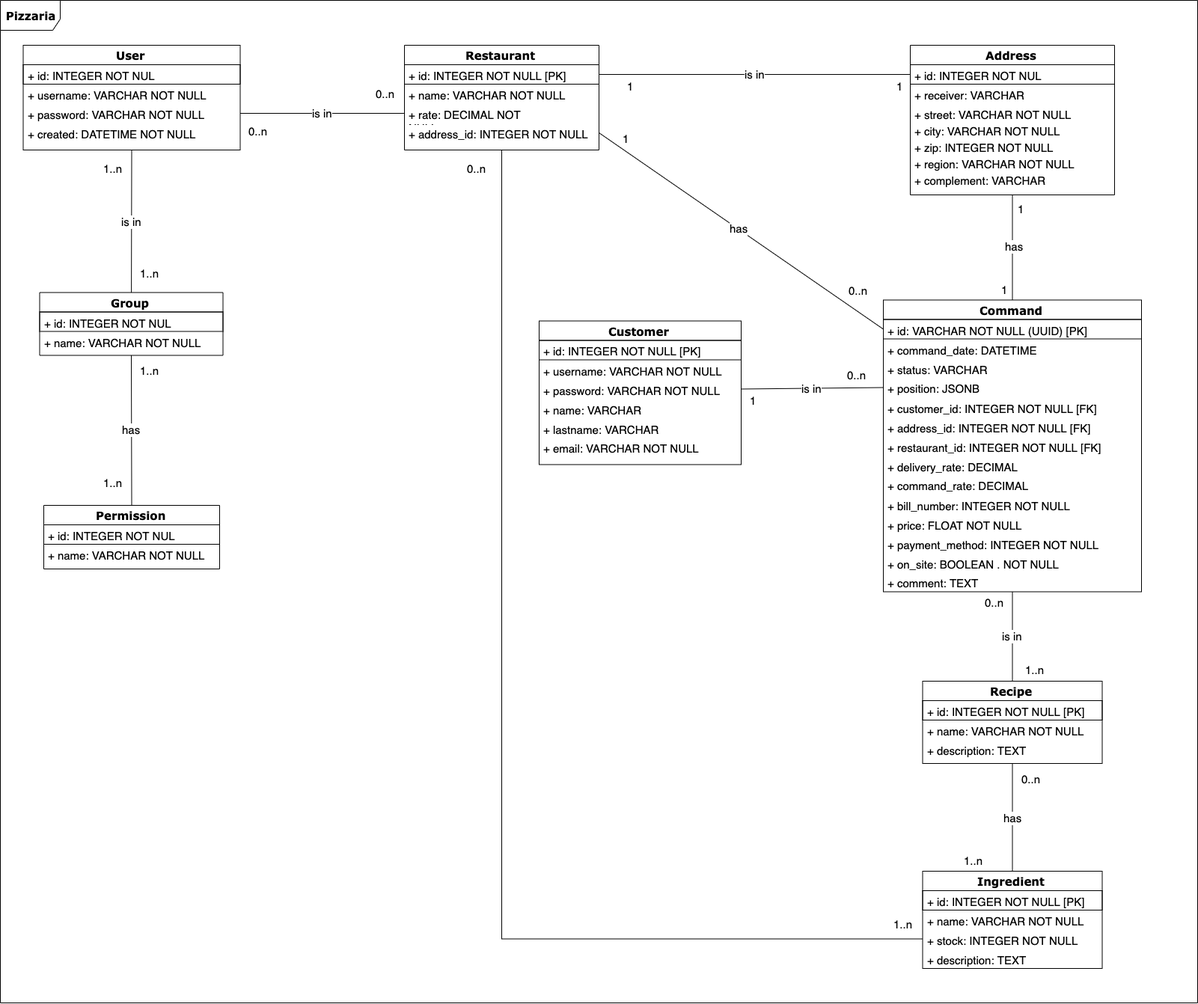
ritchy7/cosotespi keeps this draw.io diagram as docs/class diagram/class diagram pizzeria.png. Above is the earlier version. Source tidied: cells renumbered, new cells last; positions are measured from the earlier drawing's top-left corner, leaving out a move shared by most shapes.
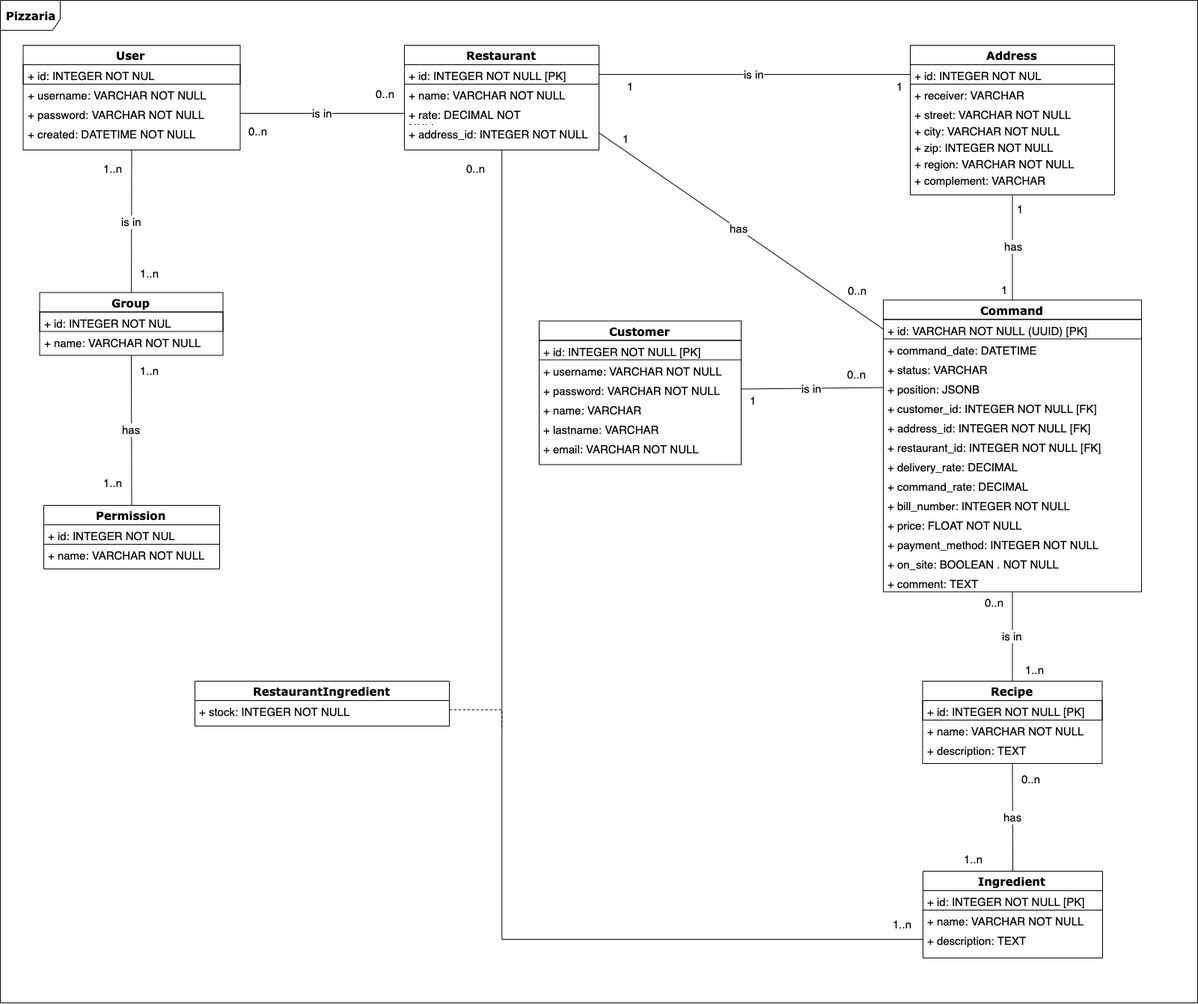
After the change.

Commit message:
modify(diagrams): stock put in association table

Change to the diagram source:
```diff
@@ -84,7 +84,7 @@
       <mxGeometry y="156" width="270" height="26" as="geometry" />
     </mxCell>
     <mxCell id="29" value="&lt;b style=&quot;font-size: 15px;&quot;&gt;Ingredient&lt;/b&gt;" style="swimlane;html=1;fontStyle=0;horizontal=1;startSize=26;fillColor=none;swimlaneFillColor=#ffffff;rounded=0;shadow=0;comic=0;labelBackgroundColor=none;strokeColor=#000000;strokeWidth=1;fontFamily=Verdana;fontSize=15;fontColor=#000000;align=center;" parent="1" vertex="1">
-      <mxGeometry x="1232.5" y="1164" width="240" height="130" as="geometry" />
+      <mxGeometry x="1233" y="1164" width="240" height="116" as="geometry" />
     </mxCell>
     <mxCell id="30" value="+ id: INTEGER NOT NULL [PK]" style="text;html=1;strokeColor=#000000;fillColor=none;align=left;verticalAlign=top;spacingLeft=4;spacingRight=4;whiteSpace=wrap;overflow=hidden;fontSize=15;" parent="29" vertex="1">
       <mxGeometry y="26" width="240" height="26" as="geometry" />
@@ -92,11 +92,8 @@
     <mxCell id="31" value="+ name: VARCHAR NOT NULL" style="text;html=1;strokeColor=none;fillColor=none;align=left;verticalAlign=top;spacingLeft=4;spacingRight=4;whiteSpace=wrap;overflow=hidden;fontSize=15;" parent="29" vertex="1">
       <mxGeometry y="52" width="240" height="26" as="geometry" />
     </mxCell>
-    <mxCell id="32" value="+ stock: INTEGER NOT NULL" style="text;html=1;strokeColor=none;fillColor=none;align=left;verticalAlign=top;spacingLeft=4;spacingRight=4;whiteSpace=wrap;overflow=hidden;points=[[0,0.5],[1,0.5]];portConstraint=eastwest;fontSize=15;" parent="29" vertex="1">
-      <mxGeometry y="78" width="240" height="26" as="geometry" />
-    </mxCell>
     <mxCell id="33" value="+ description: TEXT" style="text;html=1;strokeColor=none;fillColor=none;align=left;verticalAlign=top;spacingLeft=4;spacingRight=4;whiteSpace=wrap;overflow=hidden;points=[[0,0.5],[1,0.5]];portConstraint=eastwest;fontSize=15;" parent="29" vertex="1">
-      <mxGeometry y="104" width="240" height="26" as="geometry" />
+      <mxGeometry y="78" width="240" height="26" as="geometry" />
     </mxCell>
     <mxCell id="34" value="&lt;b style=&quot;font-size: 15px;&quot;&gt;User&lt;/b&gt;" style="swimlane;html=1;fontStyle=0;horizontal=1;startSize=26;fillColor=none;swimlaneFillColor=#ffffff;rounded=0;shadow=0;comic=0;labelBackgroundColor=none;strokeColor=#000000;strokeWidth=1;fontFamily=Verdana;fontSize=15;fontColor=#000000;align=center;" parent="1" vertex="1">
       <mxGeometry x="30.5" y="60" width="290" height="140" as="geometry" />
@@ -249,7 +246,7 @@
         <mxPoint x="179.5" y="-41" as="offset" />
       </mxGeometry>
     </mxCell>
-    <mxCell id="75" style="edgeStyle=orthogonalEdgeStyle;rounded=0;jettySize=auto;html=1;exitX=0.5;exitY=1;exitDx=0;exitDy=0;entryX=0;entryY=0.5;entryDx=0;entryDy=0;endArrow=none;endFill=0;fontSize=15;" parent="1" edge="1" source="76" target="32">
+    <mxCell id="75" style="edgeStyle=orthogonalEdgeStyle;rounded=0;jettySize=auto;html=1;exitX=0.5;exitY=1;exitDx=0;exitDy=0;entryX=0;entryY=0.5;entryDx=0;entryDy=0;endArrow=none;endFill=0;fontSize=15;" parent="1" edge="1" source="76" target="33">
       <mxGeometry relative="1" as="geometry" />
     </mxCell>
     <mxCell id="76" value="&lt;b style=&quot;font-size: 15px;&quot;&gt;Restaurant&lt;/b&gt;" style="swimlane;html=1;fontStyle=0;horizontal=1;startSize=26;fillColor=none;swimlaneFillColor=#ffffff;rounded=0;shadow=0;comic=0;labelBackgroundColor=none;strokeColor=#000000;strokeWidth=1;fontFamily=Verdana;fontSize=15;fontColor=#000000;align=center;" parent="1" vertex="1">
@@ -306,5 +303,16 @@
         <mxPoint x="40" y="780.5" as="offset" />
       </mxGeometry>
     </mxCell>
+    <mxCell id="90" value="&lt;b&gt;RestaurantIngredient&lt;/b&gt;" style="swimlane;html=1;fontStyle=0;horizontal=1;startSize=26;fillColor=none;swimlaneFillColor=#ffffff;rounded=0;shadow=0;comic=0;labelBackgroundColor=none;strokeColor=#000000;strokeWidth=1;fontFamily=Verdana;fontSize=15;fontColor=#000000;align=center;" parent="1" vertex="1">
+      <mxGeometry x="260" y="910" width="340" height="60" as="geometry" />
+    </mxCell>
+    <mxCell id="32" value="+ stock: INTEGER NOT NULL" style="text;html=1;strokeColor=none;fillColor=none;align=left;verticalAlign=top;spacingLeft=4;spacingRight=4;whiteSpace=wrap;overflow=hidden;points=[[0,0.5],[1,0.5]];portConstraint=eastwest;fontSize=15;" parent="90" vertex="1">
+      <mxGeometry y="26" width="340" height="26" as="geometry" />
+    </mxCell>
+    <mxCell id="91" style="edgeStyle=orthogonalEdgeStyle;rounded=0;jettySize=auto;html=1;exitX=1;exitY=0.5;exitDx=0;exitDy=0;endArrow=none;endFill=0;dashed=1;" parent="1" edge="1" source="32">
+      <mxGeometry relative="1" as="geometry">
+        <mxPoint x="670" y="975" as="targetPoint" />
+      </mxGeometry>
+    </mxCell>
   </root>
 </mxGraphModel>
```
